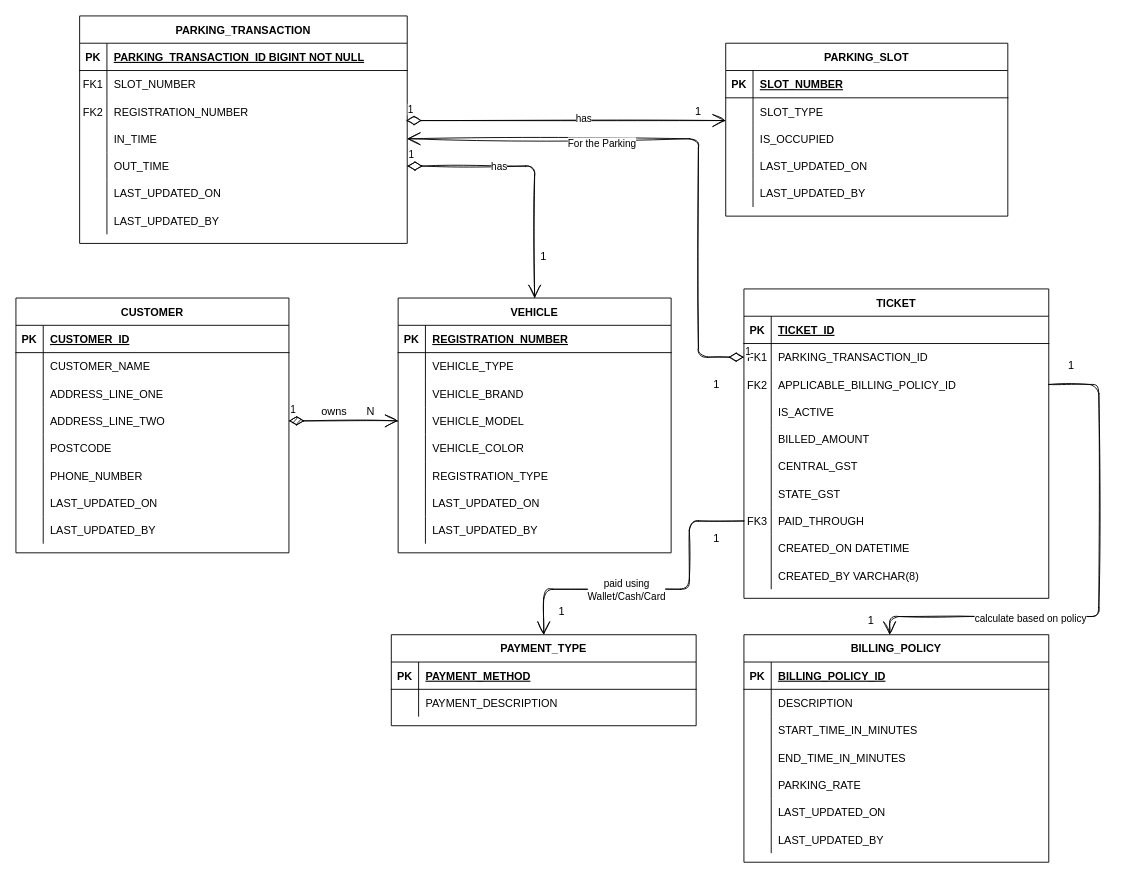
Above: page "Object" (4 of 5) of Parking.drawio in suhasark/bits-mtech-work (draw.io), before the change. Source tidied: cells renumbered, new cells numbered last; positions are measured from the earlier drawing's top-left corner, leaving out a move shared by most shapes. Both pictures are drawn from the tidied source at 91%, with x=0, y=0 at pixel (15, 15).
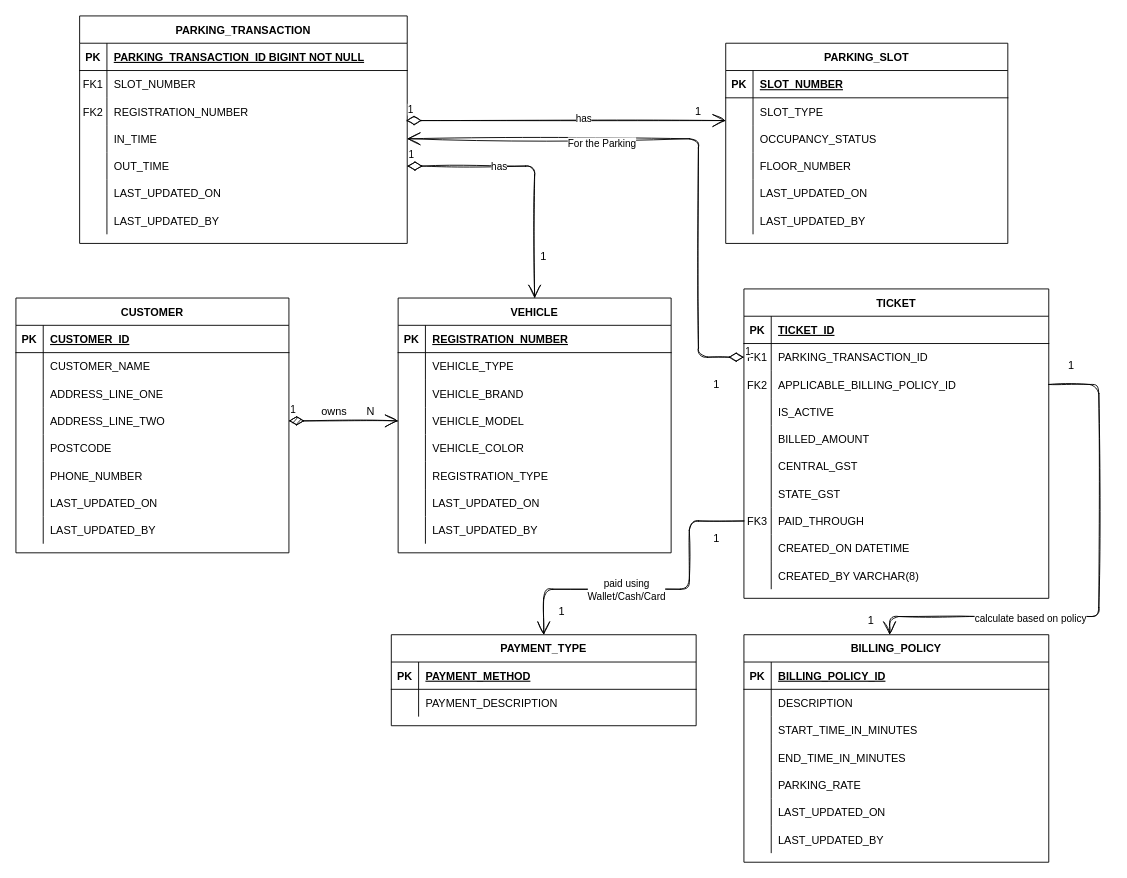
After the change.

Unchanged cells that the change refers to:
```xml
<mxCell id="62" style="shape=partialRectangle;fillColor=none;top=0;left=0;right=0;bottom=0;" parent="55" vertex="1">
  <mxGeometry y="90" width="310" height="30" as="geometry" />
</mxCell>
```

The edit, as a diff of the source:
```diff
@@
     <mxCell id="55" value="PARKING_SLOT" style="shape=table;startSize=30;childLayout=tableLayout;rowLines=0;fontStyle=1;align=center;" parent="1" vertex="1">
-      <mxGeometry x="780" y="30" width="310" height="190" as="geometry" />
+      <mxGeometry x="780" y="30" width="310" height="220" as="geometry" />
     </mxCell>
@@
-    <mxCell id="64" value="IS_OCCUPIED" style="shape=partialRectangle;overflow=hidden;fillColor=none;top=0;left=0;bottom=0;right=0;align=left;spacingLeft=6;" parent="62" vertex="1">
+    <mxCell id="64" value="OCCUPANCY_STATUS" style="shape=partialRectangle;overflow=hidden;fillColor=none;top=0;left=0;bottom=0;right=0;align=left;spacingLeft=6;" parent="62" vertex="1">
       <mxGeometry x="30" width="280" height="30" as="geometry" />
     </mxCell>
+    <mxCell id="170" style="shape=partialRectangle;fillColor=none;top=0;left=0;right=0;bottom=0;" parent="55" vertex="1">
+      <mxGeometry y="120" width="310" height="30" as="geometry" />
+    </mxCell>
+    <mxCell id="171" style="shape=partialRectangle;overflow=hidden;fillColor=none;top=0;left=0;bottom=0;right=0;" parent="170" vertex="1">
+      <mxGeometry width="30" height="30" as="geometry" />
+    </mxCell>
+    <mxCell id="172" value="FLOOR_NUMBER" style="shape=partialRectangle;overflow=hidden;fillColor=none;top=0;left=0;bottom=0;right=0;align=left;spacingLeft=6;" parent="170" vertex="1">
+      <mxGeometry x="30" width="280" height="30" as="geometry" />
+    </mxCell>
     <mxCell id="65" style="shape=partialRectangle;fillColor=none;top=0;left=0;right=0;bottom=0;" parent="55" vertex="1">
-      <mxGeometry y="120" width="310" height="30" as="geometry" />
+      <mxGeometry y="150" width="310" height="30" as="geometry" />
     </mxCell>
@@
     <mxCell id="68" style="shape=partialRectangle;fillColor=none;top=0;left=0;right=0;bottom=0;" parent="55" vertex="1">
-      <mxGeometry y="150" width="310" height="30" as="geometry" />
+      <mxGeometry y="180" width="310" height="30" as="geometry" />
     </mxCell>
```
